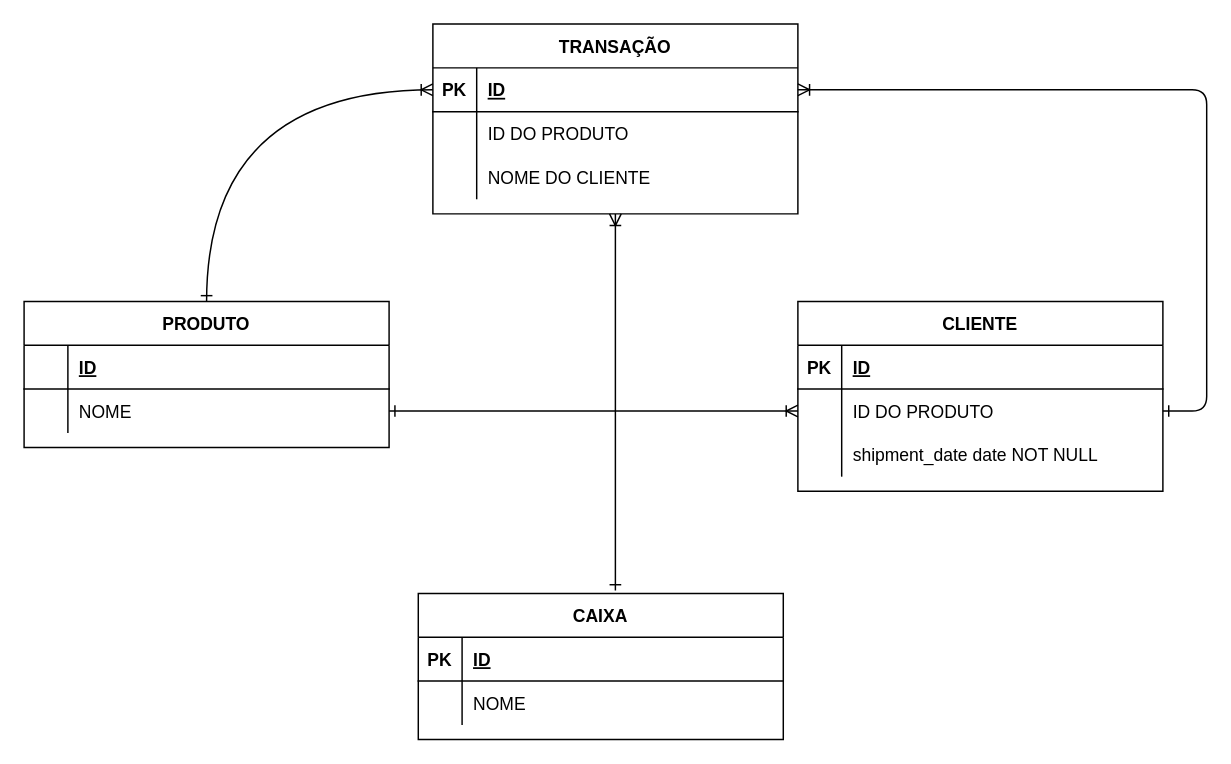
Earlier version of the draw.io diagram er.drawio (Larissa022/BancoDeDados). Source tidied: cells renumbered, new cells numbered last; positions are measured from the earlier drawing's top-left corner, leaving out a move shared by most shapes. Both pictures are drawn from the tidied source at 146%, with x=0, y=0 at pixel (23, 23).
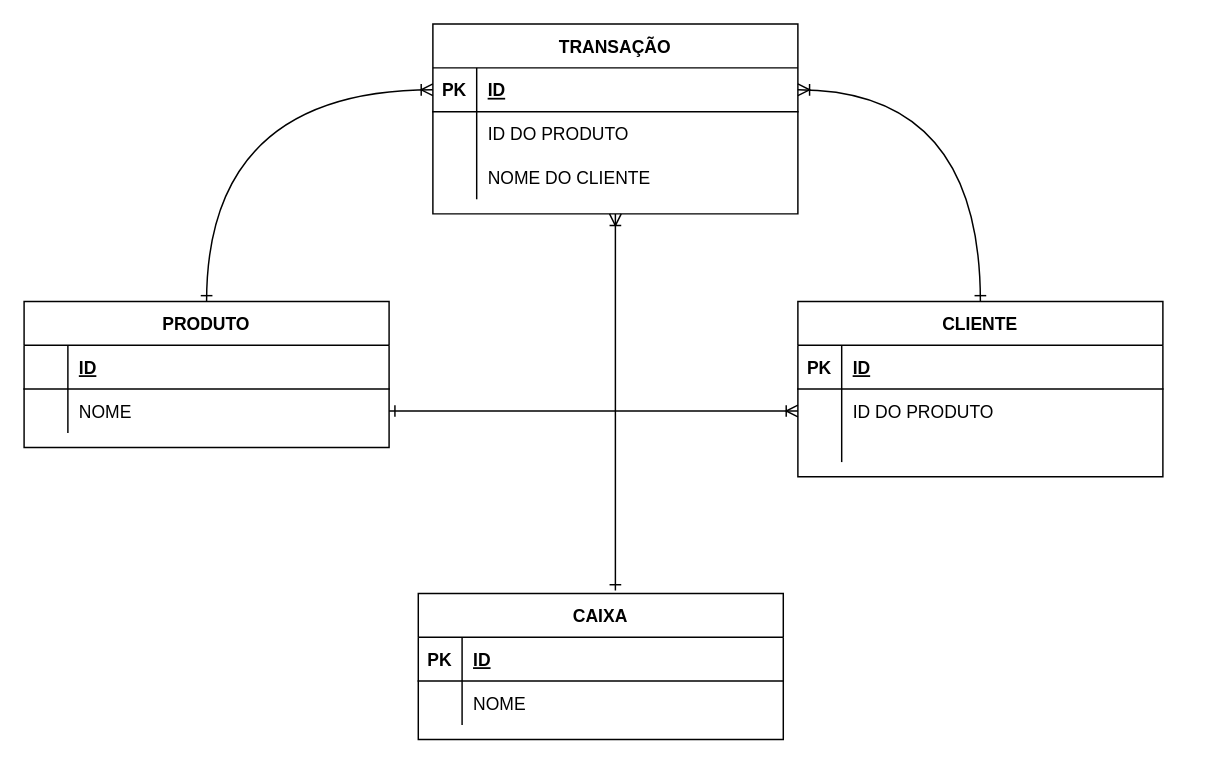
The same page after the edit.

Unchanged cells that the change refers to:
```xml
<mxCell id="5" style="shape=partialRectangle;fillColor=none;points=[[0,0.5],[1,0.5]];portConstraint=eastwest;top=0;left=0;right=0;bottom=1;" parent="4" vertex="1">
  <mxGeometry y="30" width="250" height="30" as="geometry" />
</mxCell>
<mxCell id="18" style="shape=partialRectangle;fillColor=none;points=[[0,0.5],[1,0.5]];portConstraint=eastwest;top=0;left=0;right=0;bottom=0;" parent="14" vertex="1">
  <mxGeometry y="60" width="250" height="30" as="geometry" />
</mxCell>
```

The edit, as a diff of the source:
```diff
@@
-    <mxCell id="2" style="edgeStyle=entityRelationEdgeStyle;endArrow=ERone;startArrow=ERoneToMany;endFill=0;startFill=0;" parent="1" edge="1" source="5" target="18">
-      <mxGeometry relative="1" as="geometry" />
-    </mxCell>
@@
     <mxCell id="14" value="CLIENTE" style="shape=table;startSize=30;childLayout=tableLayout;rowLines=0;fontStyle=1;align=center;" parent="1" vertex="1">
-      <mxGeometry x="530" y="190" width="250" height="130" as="geometry" />
+      <mxGeometry x="530" y="190" width="250" height="120" as="geometry" />
     </mxCell>
@@
     <mxCell id="21" style="shape=partialRectangle;fillColor=none;top=0;left=0;right=0;bottom=0;" parent="14" vertex="1">
-      <mxGeometry y="90" width="250" height="30" as="geometry" />
+      <mxGeometry y="90" width="250" height="20" as="geometry" />
     </mxCell>
     <mxCell id="22" style="shape=partialRectangle;overflow=hidden;fillColor=none;top=0;left=0;bottom=0;right=0;" parent="21" vertex="1">
-      <mxGeometry width="30" height="30" as="geometry" />
+      <mxGeometry width="30" height="20" as="geometry" />
     </mxCell>
-    <mxCell id="23" value="shipment_date date NOT NULL" style="shape=partialRectangle;overflow=hidden;fillColor=none;top=0;left=0;bottom=0;right=0;align=left;spacingLeft=6;" parent="21" vertex="1">
-      <mxGeometry x="30" width="220" height="30" as="geometry" />
+    <mxCell id="23" style="shape=partialRectangle;overflow=hidden;fillColor=none;top=0;left=0;bottom=0;right=0;align=left;spacingLeft=6;" parent="21" vertex="1">
+      <mxGeometry x="30" width="220" height="20" as="geometry" />
     </mxCell>
@@
+    <mxCell id="40" style="edgeStyle=orthogonalEdgeStyle;rounded=0;jettySize=auto;html=1;exitX=1;exitY=0.5;exitDx=0;exitDy=0;entryX=0.5;entryY=0;entryDx=0;entryDy=0;curved=1;startArrow=ERoneToMany;startFill=0;endArrow=ERone;endFill=0;" parent="1" edge="1" source="5" target="14">
+      <mxGeometry relative="1" as="geometry" />
+    </mxCell>
```
